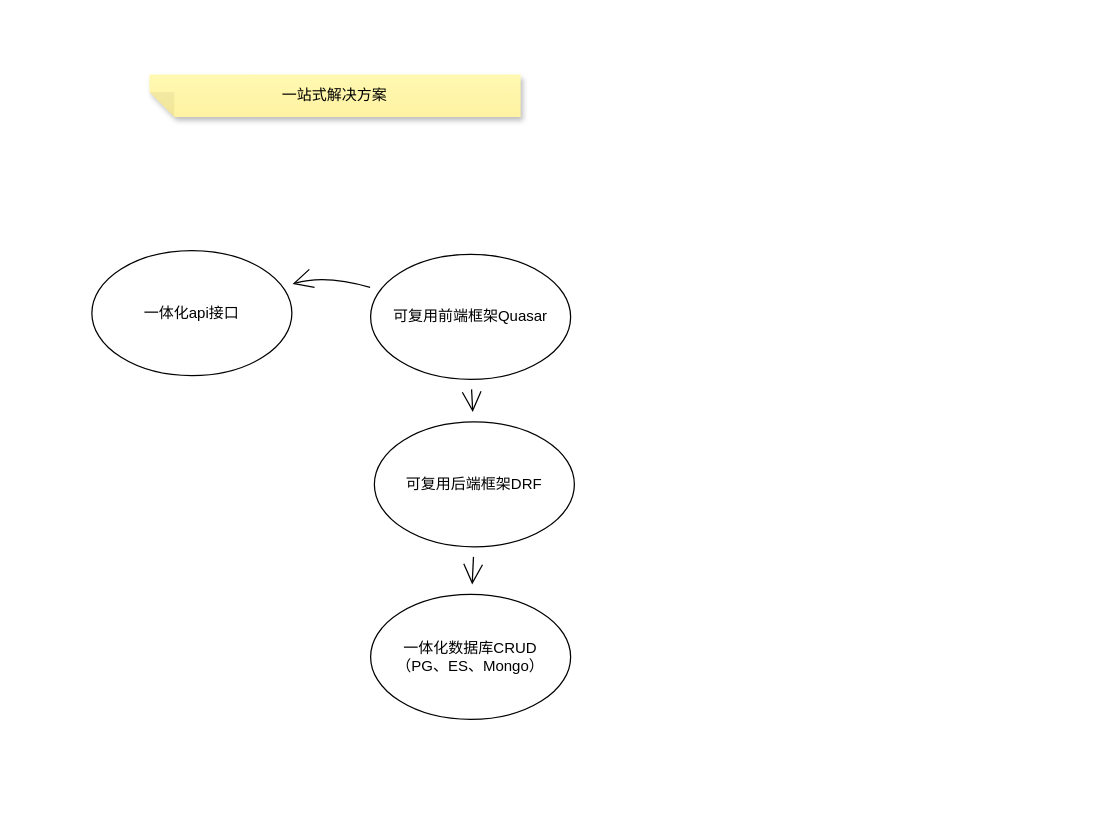
Earlier version of the draw.io diagram Untitled Diagram.drawio (horizon365/LiveWithPython). Source tidied: cells renumbered, new cells numbered last; positions are measured from the earlier drawing's top-left corner, leaving out a move shared by most shapes. Both pictures are drawn from the tidied source at 125%, with x=0, y=0 at pixel (91, 74).
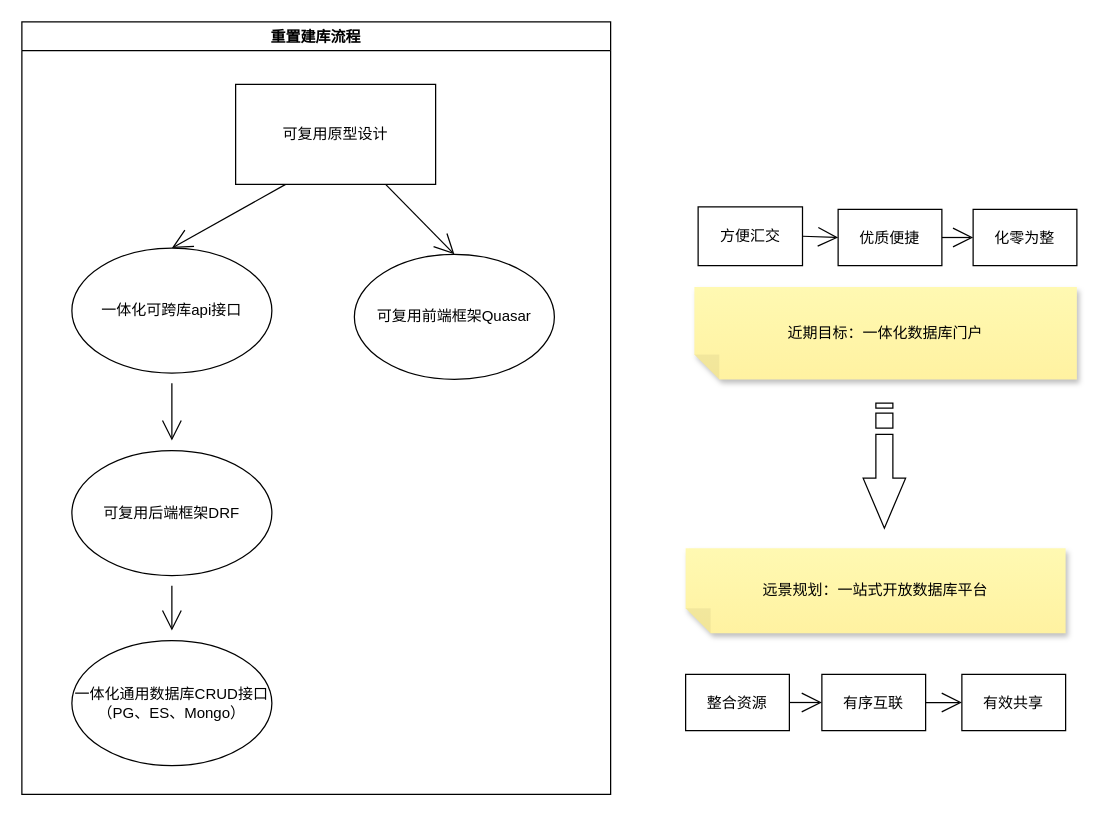
Above is the later version.

What changed in the source:
```diff
@@
+    <mxCell id="10" style="edgeStyle=none;curved=1;rounded=0;jettySize=auto;html=1;endArrow=open;startSize=14;endSize=14;sourcePerimeterSpacing=8;targetPerimeterSpacing=8;" parent="1" edge="1" source="2" target="5">
+      <mxGeometry relative="1" as="geometry" />
+    </mxCell>
-    <mxCell id="2" value="一体化api接口" style="ellipse;whiteSpace=wrap;html=1;hachureGap=4;" parent="1" vertex="1">
-      <mxGeometry y="141" width="160" height="100" as="geometry" />
+    <mxCell id="2" value="一体化可跨库api接口" style="ellipse;whiteSpace=wrap;html=1;hachureGap=4;" parent="1" vertex="1">
+      <mxGeometry x="-16" y="139" width="160" height="100" as="geometry" />
     </mxCell>
-    <mxCell id="3" value="&lt;div&gt;一体化数据库CRUD&lt;/div&gt;&lt;div&gt;（PG、ES、Mongo）&lt;br&gt;&lt;/div&gt;" style="ellipse;whiteSpace=wrap;html=1;hachureGap=4;" parent="1" vertex="1">
-      <mxGeometry x="223" y="416" width="160" height="100" as="geometry" />
+    <mxCell id="3" value="&lt;div&gt;一体化通用数据库CRUD接口&lt;/div&gt;&lt;div&gt;（PG、ES、Mongo）&lt;br&gt;&lt;/div&gt;" style="ellipse;whiteSpace=wrap;html=1;hachureGap=4;" parent="1" vertex="1">
+      <mxGeometry x="-16" y="453" width="160" height="100" as="geometry" />
     </mxCell>
@@
     <mxCell id="5" value="可复用后端框架DRF" style="ellipse;whiteSpace=wrap;html=1;hachureGap=4;" parent="1" vertex="1">
-      <mxGeometry x="226" y="278" width="160" height="100" as="geometry" />
+      <mxGeometry x="-16" y="301" width="160" height="100" as="geometry" />
     </mxCell>
-    <mxCell id="6" style="edgeStyle=none;curved=1;rounded=0;jettySize=auto;html=1;endArrow=open;startSize=14;endSize=14;sourcePerimeterSpacing=8;targetPerimeterSpacing=8;" parent="1" edge="1" source="8" target="5">
-      <mxGeometry relative="1" as="geometry" />
-    </mxCell>
-    <mxCell id="7" style="edgeStyle=none;curved=1;rounded=0;jettySize=auto;html=1;endArrow=open;startSize=14;endSize=14;sourcePerimeterSpacing=8;targetPerimeterSpacing=8;" parent="1" edge="1" source="8" target="2">
-      <mxGeometry relative="1" as="geometry">
-        <Array as="points">
-          <mxPoint x="187" y="160" />
-        </Array>
-      </mxGeometry>
-    </mxCell>
     <mxCell id="8" value="可复用前端框架Quasar" style="ellipse;whiteSpace=wrap;html=1;hachureGap=4;" parent="1" vertex="1">
-      <mxGeometry x="223" y="144" width="160" height="100" as="geometry" />
+      <mxGeometry x="210" y="144" width="160" height="100" as="geometry" />
     </mxCell>
-    <mxCell id="9" value="一站式解决方案" style="shape=note;whiteSpace=wrap;html=1;backgroundOutline=1;fontColor=#000000;darkOpacity=0.05;fillColor=#FFF9B2;strokeColor=none;fillStyle=solid;direction=west;gradientDirection=north;gradientColor=#FFF2A1;shadow=1;size=20;hachureGap=4;" parent="1" vertex="1">
-      <mxGeometry x="46" width="297" height="34" as="geometry" />
+    <mxCell id="9" value="远景规划：一站式开放数据库平台" style="shape=note;whiteSpace=wrap;html=1;backgroundOutline=1;fontColor=#000000;darkOpacity=0.05;fillColor=#FFF9B2;strokeColor=none;fillStyle=solid;direction=west;gradientDirection=north;gradientColor=#FFF2A1;shadow=1;size=20;hachureGap=4;" parent="1" vertex="1">
+      <mxGeometry x="475" y="379" width="304" height="68" as="geometry" />
     </mxCell>
+    <mxCell id="11" style="edgeStyle=none;curved=1;rounded=0;jettySize=auto;html=1;exitX=0.75;exitY=1;exitDx=0;exitDy=0;entryX=0.5;entryY=0;entryDx=0;entryDy=0;endArrow=open;startSize=14;endSize=14;sourcePerimeterSpacing=8;targetPerimeterSpacing=8;" parent="1" edge="1" source="13" target="8">
+      <mxGeometry relative="1" as="geometry" />
+    </mxCell>
+    <mxCell id="12" style="edgeStyle=none;curved=1;rounded=0;jettySize=auto;html=1;exitX=0.25;exitY=1;exitDx=0;exitDy=0;entryX=0.5;entryY=0;entryDx=0;entryDy=0;endArrow=open;startSize=14;endSize=14;sourcePerimeterSpacing=8;targetPerimeterSpacing=8;" parent="1" edge="1" source="13" target="2">
+      <mxGeometry relative="1" as="geometry" />
+    </mxCell>
+    <mxCell id="13" value="可复用原型设计" style="rounded=0;whiteSpace=wrap;html=1;hachureGap=4;" parent="1" vertex="1">
+      <mxGeometry x="115" y="8" width="160" height="80" as="geometry" />
+    </mxCell>
+    <mxCell id="14" value="近期目标：一体化数据库门户" style="shape=note;whiteSpace=wrap;html=1;backgroundOutline=1;fontColor=#000000;darkOpacity=0.05;fillColor=#FFF9B2;strokeColor=none;fillStyle=solid;direction=west;gradientDirection=north;gradientColor=#FFF2A1;shadow=1;size=20;hachureGap=4;" parent="1" vertex="1">
+      <mxGeometry x="482" y="170" width="306" height="74" as="geometry" />
+    </mxCell>
+    <mxCell id="15" style="edgeStyle=none;curved=1;rounded=0;jettySize=auto;html=1;exitX=1;exitY=0.5;exitDx=0;exitDy=0;entryX=0;entryY=0.5;entryDx=0;entryDy=0;endArrow=open;startSize=14;endSize=14;sourcePerimeterSpacing=8;targetPerimeterSpacing=8;" parent="1" edge="1" source="16" target="18">
+      <mxGeometry relative="1" as="geometry" />
+    </mxCell>
+    <mxCell id="16" value="整合资源" style="rounded=0;whiteSpace=wrap;html=1;hachureGap=4;" parent="1" vertex="1">
+      <mxGeometry x="475" y="480" width="83" height="45" as="geometry" />
+    </mxCell>
+    <mxCell id="17" style="edgeStyle=none;curved=1;rounded=0;jettySize=auto;html=1;exitX=1;exitY=0.5;exitDx=0;exitDy=0;entryX=0;entryY=0.5;entryDx=0;entryDy=0;endArrow=open;startSize=14;endSize=14;sourcePerimeterSpacing=8;targetPerimeterSpacing=8;" parent="1" edge="1" source="18" target="19">
+      <mxGeometry relative="1" as="geometry" />
+    </mxCell>
+    <mxCell id="18" value="有序互联" style="rounded=0;whiteSpace=wrap;html=1;hachureGap=4;" parent="1" vertex="1">
+      <mxGeometry x="584" y="480" width="83" height="45" as="geometry" />
+    </mxCell>
+    <mxCell id="19" value="有效共享" style="rounded=0;whiteSpace=wrap;html=1;hachureGap=4;" parent="1" vertex="1">
+      <mxGeometry x="696" y="480" width="83" height="45" as="geometry" />
+    </mxCell>
+    <mxCell id="20" value="化零为整" style="rounded=0;whiteSpace=wrap;html=1;hachureGap=4;" parent="1" vertex="1">
+      <mxGeometry x="705" y="108" width="83" height="45" as="geometry" />
+    </mxCell>
+    <mxCell id="21" style="edgeStyle=none;curved=1;rounded=0;jettySize=auto;html=1;exitX=1;exitY=0.5;exitDx=0;exitDy=0;entryX=0;entryY=0.5;entryDx=0;entryDy=0;endArrow=open;startSize=14;endSize=14;sourcePerimeterSpacing=8;targetPerimeterSpacing=8;" parent="1" edge="1" source="22" target="24">
+      <mxGeometry relative="1" as="geometry" />
+    </mxCell>
+    <mxCell id="22" value="方便汇交" style="rounded=0;whiteSpace=wrap;html=1;hachureGap=4;" parent="1" vertex="1">
+      <mxGeometry x="485" y="106" width="83.5" height="47" as="geometry" />
+    </mxCell>
+    <mxCell id="23" style="edgeStyle=none;curved=1;rounded=0;jettySize=auto;html=1;exitX=1;exitY=0.5;exitDx=0;exitDy=0;entryX=0;entryY=0.5;entryDx=0;entryDy=0;endArrow=open;startSize=14;endSize=14;sourcePerimeterSpacing=8;targetPerimeterSpacing=8;" parent="1" edge="1" source="24" target="20">
+      <mxGeometry relative="1" as="geometry" />
+    </mxCell>
+    <mxCell id="24" value="优质便捷" style="rounded=0;whiteSpace=wrap;html=1;hachureGap=4;" parent="1" vertex="1">
+      <mxGeometry x="597" y="108" width="83" height="45" as="geometry" />
+    </mxCell>
+    <mxCell id="25" style="html=1;shadow=0;dashed=0;align=center;verticalAlign=middle;shape=mxgraph.arrows2.stripedArrow;dy=0.6;dx=40;notch=25;hachureGap=4;rotation=90;" parent="1" vertex="1">
+      <mxGeometry x="584" y="296" width="100" height="34" as="geometry" />
+    </mxCell>
+    <mxCell id="26" value="重置建库流程" style="swimlane;hachureGap=4;" parent="1" vertex="1">
+      <mxGeometry x="-56" y="-42" width="471" height="618" as="geometry" />
+    </mxCell>
```
